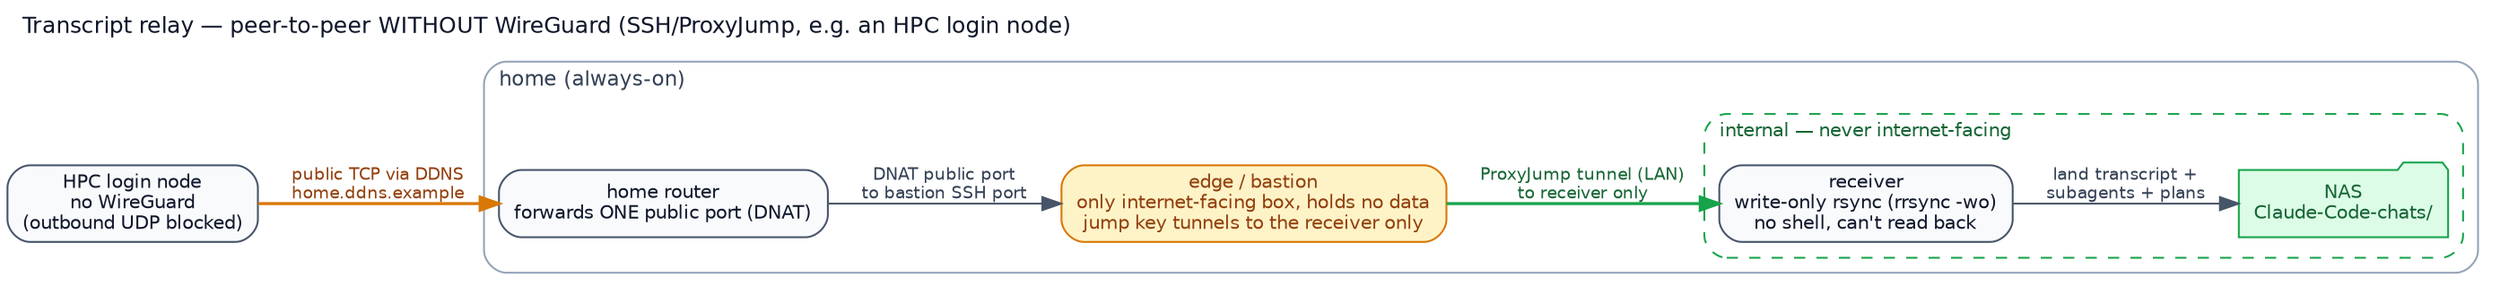
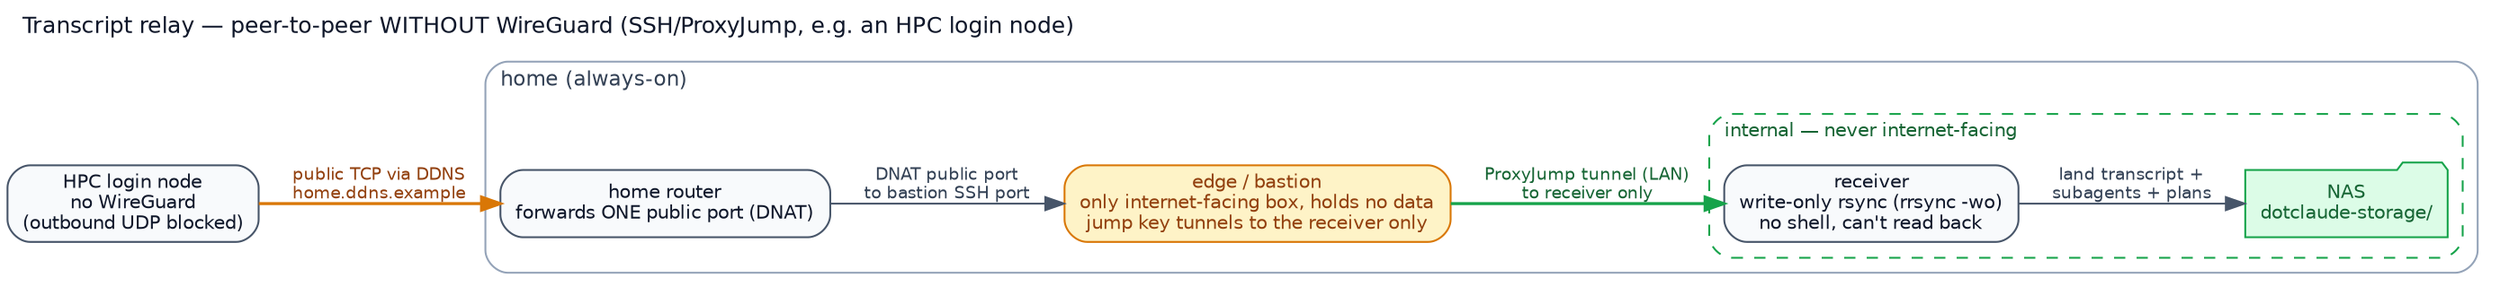
// Source for docs/transport-ssh.svg — render: dot -Tsvg docs/transport-ssh.dot -o docs/transport-ssh.svg
// Placeholder addresses/ports only — substitute your own DDNS name and forwarded ports.
digraph transport_ssh {
  rankdir=LR; bgcolor="white";
  fontname="Helvetica"; fontsize=12;
  label="Transcript relay — peer-to-peer WITHOUT WireGuard (SSH/ProxyJump, e.g. an HPC login node)";
  labelloc=t; labeljust=l; fontcolor="#0f172a";
  node [fontname="Helvetica", fontsize=10, shape=box, style="rounded,filled",
        fillcolor="#f8fafc", color="#475569", fontcolor="#0f172a"];
  edge [fontname="Helvetica", fontsize=9, color="#475569", fontcolor="#334155"];

  HPC [label="HPC login node\nno WireGuard\n(outbound UDP blocked)"];

  subgraph cluster_home {
    label="home (always-on)"; style="rounded"; color="#94a3b8"; fontcolor="#334155"; fontsize=11;

    RT   [label="home router\nforwards ONE public port (DNAT)"];
    BAST [fillcolor="#fef3c7", color="#d97706", fontcolor="#92400e",
          label="edge / bastion\nonly internet-facing box, holds no data\njump key tunnels to the receiver only"];

    subgraph cluster_internal {
      label="internal — never internet-facing"; style="rounded,dashed"; color="#16a34a"; fontcolor="#166534"; fontsize=10;
      RX  [label="receiver\nwrite-only rsync (rrsync -wo)\nno shell, can't read back"];
      NAS [shape=folder, fillcolor="#dcfce7", color="#16a34a", fontcolor="#166534",
-            label="NAS\nClaude-Code-chats/"];
+            label="NAS\ndotclaude-storage/"];
      RX -> NAS [label="land transcript +\nsubagents + plans"];
    }

    RT   -> BAST [label="DNAT public port\nto bastion SSH port"];
    BAST -> RX   [color="#16a34a", fontcolor="#166534", penwidth=1.6,
                  label="ProxyJump tunnel (LAN)\nto receiver only"];
  }

  HPC -> RT [color="#d97706", fontcolor="#92400e", penwidth=1.6,
             label="public TCP via DDNS\nhome.ddns.example"];
}
